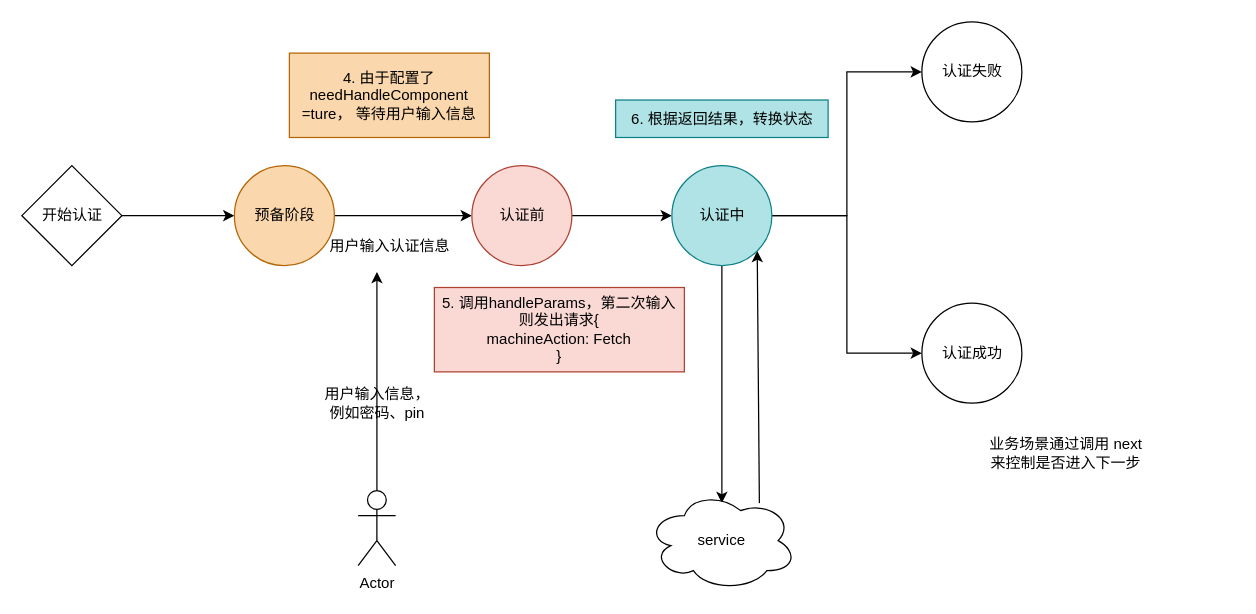
Above: page "场景3:需要otp 的副本" (6 of 12) of useVerify/状态机.drawio in RexYao97/sfrex (draw.io), before the change. Source tidied: cells renumbered, new cells numbered last; positions are measured from the earlier drawing's top-left corner, leaving out a move shared by most shapes. Both pictures are drawn from the tidied source at 125%, with x=0, y=0 at pixel (21, 21).
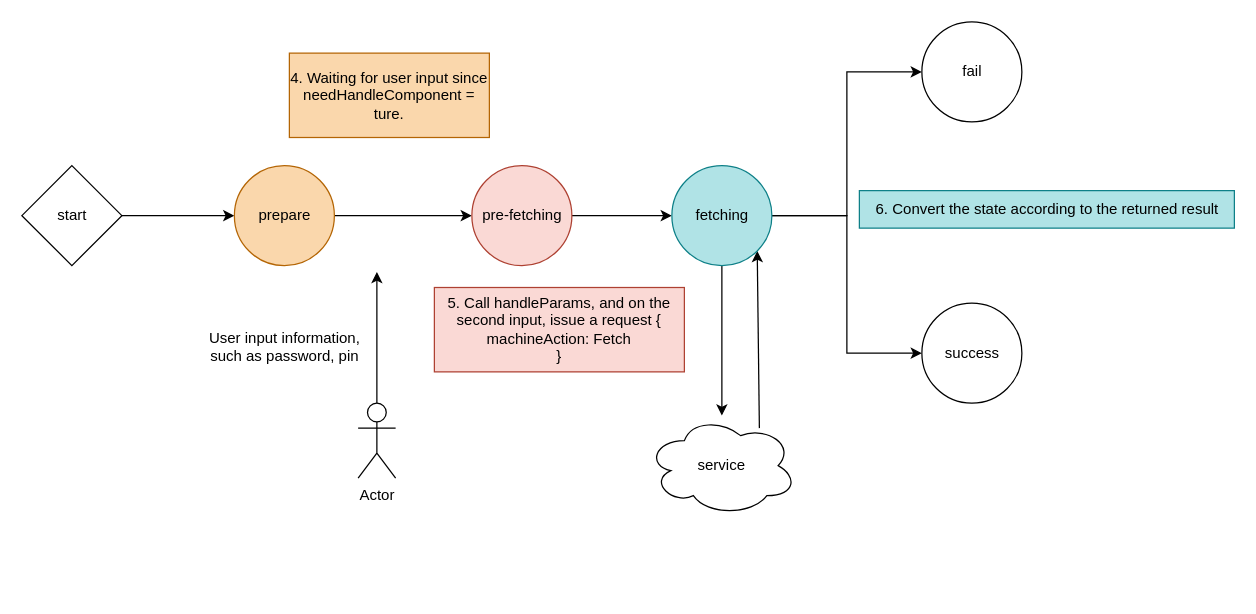
The same diagram, later.

Unchanged cells that the change refers to:
```xml
<mxCell id="28" style="ellipse;whiteSpace=wrap;html=1;fillColor=#b0e3e6;strokeColor=#0e8088;" parent="1" vertex="1">
  <mxGeometry x="520" y="115" width="80" height="80" as="geometry" />
</mxCell>
```

The edit, as a diff of the source:
```diff
@@
-    <mxCell id="5" value="预备阶段" style="text;html=1;align=center;verticalAlign=middle;strokeColor=none;fillColor=none;" parent="1" vertex="1">
-      <mxGeometry x="175" y="140" width="70" height="30" as="geometry" />
+    <mxCell id="5" value="prepare" style="text;html=1;align=center;verticalAlign=middle;strokeColor=none;fillColor=none;" parent="1" vertex="1">
+      <mxGeometry x="180" y="140" width="60" height="30" as="geometry" />
     </mxCell>
@@
     <mxCell id="8" style="edgeStyle=orthogonalEdgeStyle;rounded=0;jettySize=auto;html=1;" parent="1" edge="1" source="28">
       <mxGeometry relative="1" as="geometry">
-        <mxPoint x="560" y="385" as="targetPoint" />
+        <mxPoint x="560" y="315" as="targetPoint" />
       </mxGeometry>
     </mxCell>
@@
-    <mxCell id="10" value="认证成功" style="text;html=1;align=center;verticalAlign=middle;strokeColor=none;fillColor=none;" parent="1" vertex="1">
+    <mxCell id="10" value="success" style="text;html=1;align=center;verticalAlign=middle;strokeColor=none;fillColor=none;" parent="1" vertex="1">
       <mxGeometry x="725" y="250" width="70" height="30" as="geometry" />
     </mxCell>
@@
-    <mxCell id="12" value="认证失败" style="text;html=1;align=center;verticalAlign=middle;strokeColor=none;fillColor=none;" parent="1" vertex="1">
-      <mxGeometry x="725" y="25" width="70" height="30" as="geometry" />
+    <mxCell id="12" value="fail" style="text;html=1;align=center;verticalAlign=middle;strokeColor=none;fillColor=none;" parent="1" vertex="1">
+      <mxGeometry x="740" y="25" width="40" height="30" as="geometry" />
     </mxCell>
@@
-    <mxCell id="15" value="开始认证" style="text;html=1;align=center;verticalAlign=middle;strokeColor=none;fillColor=none;" parent="1" vertex="1">
-      <mxGeometry x="5" y="140" width="70" height="30" as="geometry" />
+    <mxCell id="15" value="start" style="text;html=1;align=center;verticalAlign=middle;strokeColor=none;fillColor=none;" parent="1" vertex="1">
+      <mxGeometry x="15" y="140" width="50" height="30" as="geometry" />
     </mxCell>
-    <mxCell id="16" value="业务场景通过调用 next &lt;br&gt;来控制是否进入下一步" style="text;html=1;align=center;verticalAlign=middle;strokeColor=none;fillColor=none;" parent="1" vertex="1">
-      <mxGeometry x="760" y="325" width="150" height="40" as="geometry" />
-    </mxCell>
-    <mxCell id="17" value="用户输入认证信息" style="text;html=1;align=center;verticalAlign=middle;points=[];strokeColor=none;fillColor=none;" parent="1" vertex="1">
-      <mxGeometry x="234" y="165" width="120" height="30" as="geometry" />
-    </mxCell>
-    <mxCell id="18" value="4. 由于配置了needHandleComponent =ture， 等待用户输入信息" style="text;html=1;strokeColor=#b46504;fillColor=#fad7ac;align=center;verticalAlign=middle;whiteSpace=wrap;rounded=0;" parent="1" vertex="1">
+    <mxCell id="18" value="4. Waiting for user input since needHandleComponent = ture." style="text;html=1;strokeColor=#b46504;fillColor=#fad7ac;align=center;verticalAlign=middle;whiteSpace=wrap;rounded=0;" parent="1" vertex="1">
       <mxGeometry x="214" y="25" width="160" height="67.5" as="geometry" />
     </mxCell>
-    <mxCell id="19" value="5. 调用handleParams，第二次输入则发出请求{&lt;br&gt;machineAction: Fetch&lt;br&gt;}" style="text;html=1;strokeColor=#ae4132;fillColor=#fad9d5;align=center;verticalAlign=middle;whiteSpace=wrap;rounded=0;" parent="1" vertex="1">
+    <mxCell id="19" value="5. Call handleParams, and on the second input, issue a request {&lt;br&gt;machineAction: Fetch&lt;br&gt;}" style="text;html=1;strokeColor=#ae4132;fillColor=#fad9d5;align=center;verticalAlign=middle;whiteSpace=wrap;rounded=0;" parent="1" vertex="1">
       <mxGeometry x="330" y="212.5" width="200" height="67.5" as="geometry" />
     </mxCell>
     <mxCell id="20" value="service" style="ellipse;shape=cloud;whiteSpace=wrap;html=1;" parent="1" vertex="1">
-      <mxGeometry x="500" y="375" width="120" height="80" as="geometry" />
+      <mxGeometry x="500" y="315" width="120" height="80" as="geometry" />
     </mxCell>
@@
-    <mxCell id="22" style="edgeStyle=orthogonalEdgeStyle;rounded=0;jettySize=auto;html=1;entryX=0.417;entryY=1.167;entryDx=0;entryDy=0;entryPerimeter=0;" parent="1" edge="1" source="23" target="17">
-      <mxGeometry relative="1" as="geometry" />
+    <mxCell id="22" style="edgeStyle=orthogonalEdgeStyle;rounded=0;jettySize=auto;html=1;entryX=0.417;entryY=1.167;entryDx=0;entryDy=0;entryPerimeter=0;" parent="1" edge="1" source="23">
+      <mxGeometry relative="1" as="geometry">
+        <mxPoint x="284" y="200" as="targetPoint" />
+      </mxGeometry>
     </mxCell>
     <mxCell id="23" value="Actor" style="shape=umlActor;verticalLabelPosition=bottom;verticalAlign=top;html=1;outlineConnect=0;" parent="1" vertex="1">
-      <mxGeometry x="269" y="375" width="30" height="60" as="geometry" />
+      <mxGeometry x="269" y="305" width="30" height="60" as="geometry" />
     </mxCell>
-    <mxCell id="24" value="用户输入信息，&lt;br&gt;例如密码、pin" style="text;html=1;align=center;verticalAlign=middle;strokeColor=none;fillColor=none;" parent="1" vertex="1">
-      <mxGeometry x="229" y="285" width="110" height="40" as="geometry" />
+    <mxCell id="24" value="User input information,&lt;br&gt;such as password, pin" style="text;html=1;align=center;verticalAlign=middle;strokeColor=none;fillColor=none;" parent="1" vertex="1">
+      <mxGeometry x="140" y="240" width="140" height="40" as="geometry" />
     </mxCell>
-    <mxCell id="25" value="6. 根据返回结果，转换状态" style="text;html=1;align=center;verticalAlign=middle;strokeColor=#0e8088;fillColor=#b0e3e6;" parent="1" vertex="1">
-      <mxGeometry x="475" y="62.5" width="170" height="30" as="geometry" />
+    <mxCell id="25" value="6. Convert the state according to the returned result" style="text;html=1;align=center;verticalAlign=middle;strokeColor=#0e8088;fillColor=#b0e3e6;" parent="1" vertex="1">
+      <mxGeometry x="670" y="135" width="300" height="30" as="geometry" />
     </mxCell>
@@
-    <mxCell id="27" value="认证前" style="text;html=1;align=center;verticalAlign=middle;strokeColor=none;fillColor=none;" parent="1" vertex="1">
-      <mxGeometry x="370" y="140" width="60" height="30" as="geometry" />
+    <mxCell id="27" value="pre-fetching" style="text;html=1;align=center;verticalAlign=middle;strokeColor=none;fillColor=none;" parent="1" vertex="1">
+      <mxGeometry x="355" y="140" width="90" height="30" as="geometry" />
     </mxCell>
@@
-    <mxCell id="29" value="认证中" style="text;html=1;align=center;verticalAlign=middle;strokeColor=none;fillColor=none;" parent="1" vertex="1">
-      <mxGeometry x="530" y="140" width="60" height="30" as="geometry" />
+    <mxCell id="29" value="fetching" style="text;html=1;align=center;verticalAlign=middle;strokeColor=none;fillColor=none;" parent="1" vertex="1">
+      <mxGeometry x="525" y="140" width="70" height="30" as="geometry" />
     </mxCell>
```
